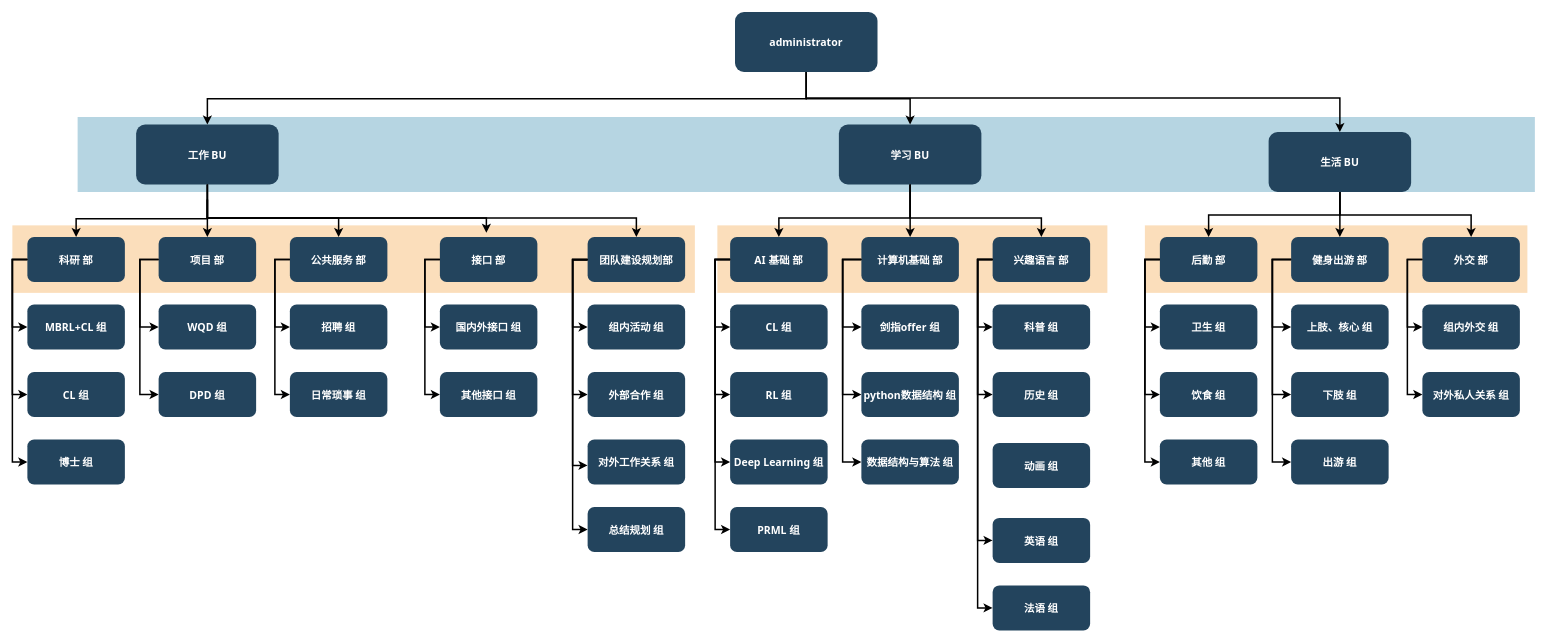
Above: department_structure.drawio in Newsteinwell/Drawio (draw.io), before the change. Source tidied: cells renumbered, new cells numbered last; positions are measured from the earlier drawing's top-left corner, leaving out a move shared by most shapes. Both pictures are drawn from the tidied source at 75%, with x=0, y=0 at pixel (12, 12).
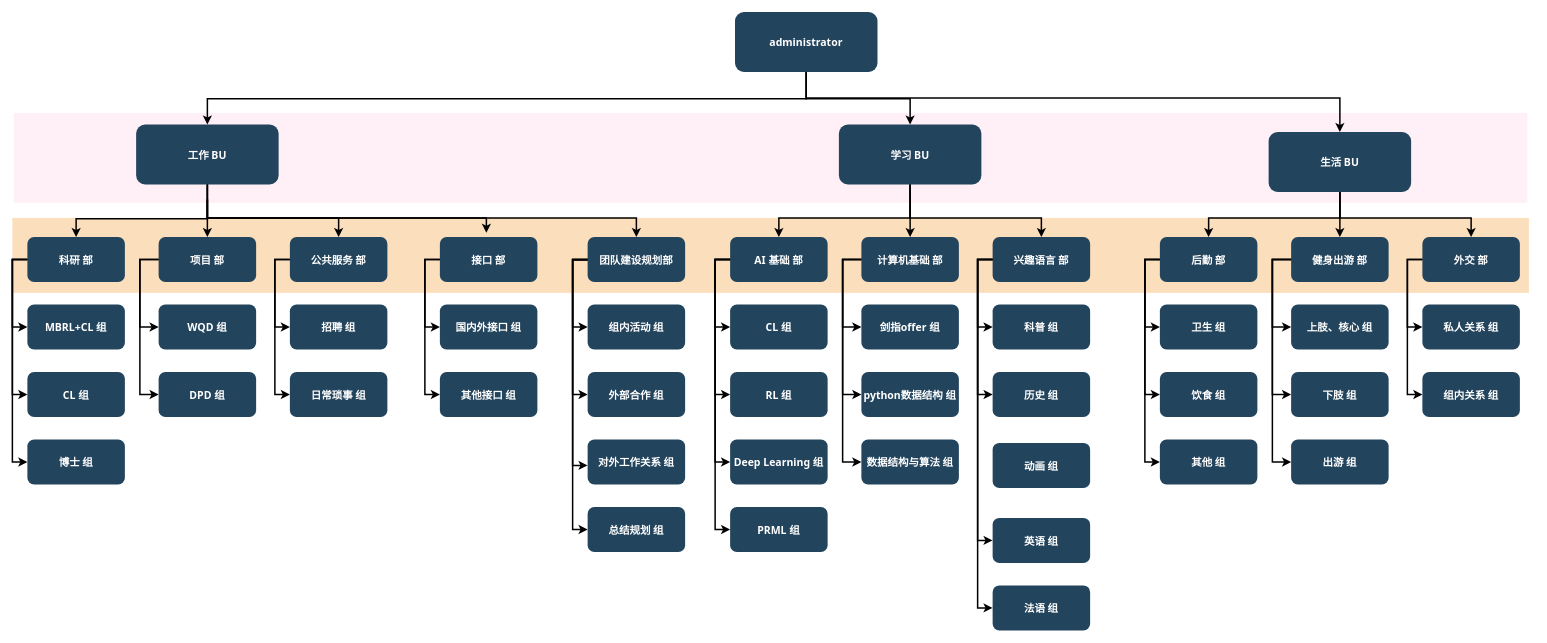
After the change.

Unchanged cells that the change refers to:
```xml
<mxCell id="7" value="生活 BU" style="rounded=1;fillColor=#23445D;gradientColor=none;strokeColor=none;fontColor=#FFFFFF;fontStyle=1;fontFamily=Tahoma;fontSize=14;" parent="1" vertex="1">
  <mxGeometry x="1675" y="159.5" width="190" height="80" as="geometry" />
</mxCell>
<mxCell id="24" value="后勤 部" style="rounded=1;fillColor=#23445D;gradientColor=none;strokeColor=none;fontColor=#FFFFFF;fontStyle=1;fontFamily=Tahoma;fontSize=14;" parent="1" vertex="1">
  <mxGeometry x="1530" y="299.5" width="130" height="60" as="geometry" />
</mxCell>
<mxCell id="31" value="外交 部" style="rounded=1;fillColor=#23445D;gradientColor=none;strokeColor=none;fontColor=#FFFFFF;fontStyle=1;fontFamily=Tahoma;fontSize=14;" parent="1" vertex="1">
  <mxGeometry x="1880" y="299.5" width="130" height="60" as="geometry" />
</mxCell>
```

Diff of the diagram source:
```diff
@@
-    <mxCell id="2" style="fillColor=#F2931E;strokeColor=none;opacity=30;" parent="1" vertex="1">
-      <mxGeometry x="1510" y="284" width="510" height="90" as="geometry" />
+    <mxCell id="2" style="fillColor=#FFCCE6;strokeColor=none;opacity=30;" parent="1" vertex="1">
+      <mxGeometry x="2" y="134" width="2018" height="120" as="geometry" />
     </mxCell>
-    <mxCell id="3" style="fillColor=#F2931E;strokeColor=none;opacity=30;" parent="1" vertex="1">
-      <mxGeometry x="940" y="284" width="520" height="90" as="geometry" />
-    </mxCell>
-    <mxCell id="4" style="fillColor=#10739E;strokeColor=none;opacity=30;" parent="1" vertex="1">
-      <mxGeometry x="87" y="139.5" width="1943" height="100" as="geometry" />
-    </mxCell>
     <mxCell id="5" style="fillColor=#F2931E;strokeColor=none;opacity=30;" parent="1" vertex="1">
-      <mxGeometry y="284" width="910" height="90" as="geometry" />
+      <mxGeometry y="274" width="2022" height="100" as="geometry" />
     </mxCell>
@@
-    <mxCell id="32" value="组内外交 组" style="rounded=1;fillColor=#23445D;gradientColor=none;strokeColor=none;fontColor=#FFFFFF;fontStyle=1;fontFamily=Tahoma;fontSize=14;" parent="1" vertex="1">
+    <mxCell id="32" value="私人关系 组" style="rounded=1;fillColor=#23445D;gradientColor=none;strokeColor=none;fontColor=#FFFFFF;fontStyle=1;fontFamily=Tahoma;fontSize=14;" parent="1" vertex="1">
       <mxGeometry x="1880" y="389.5" width="130" height="60" as="geometry" />
     </mxCell>
-    <mxCell id="33" value="对外私人关系 组" style="rounded=1;fillColor=#23445D;gradientColor=none;strokeColor=none;fontColor=#FFFFFF;fontStyle=1;fontFamily=Tahoma;fontSize=14;" parent="1" vertex="1">
+    <mxCell id="33" value="组内关系 组" style="rounded=1;fillColor=#23445D;gradientColor=none;strokeColor=none;fontColor=#FFFFFF;fontStyle=1;fontFamily=Tahoma;fontSize=14;" parent="1" vertex="1">
       <mxGeometry x="1880" y="479.5" width="130" height="60" as="geometry" />
     </mxCell>
@@
-    <mxCell id="58" style="edgeStyle=elbowEdgeStyle;elbow=vertical;strokeWidth=2;rounded=0;" parent="1" edge="1" source="7" target="24">
-      <mxGeometry x="468" y="145.5" as="geometry" />
+    <mxCell id="58" style="edgeStyle=elbowEdgeStyle;elbow=vertical;strokeWidth=2;rounded=0;exitX=0.5;exitY=1;exitDx=0;exitDy=0;" parent="1" edge="1" source="7" target="24">
+      <mxGeometry x="468" y="145.5" as="geometry">
+        <Array as="points">
+          <mxPoint x="1682" y="274" />
+        </Array>
+      </mxGeometry>
     </mxCell>
     <mxCell id="59" style="edgeStyle=elbowEdgeStyle;elbow=vertical;strokeWidth=2;rounded=0;exitX=0.5;exitY=1;exitDx=0;exitDy=0;" parent="1" edge="1" source="7" target="31">
       <mxGeometry x="468" y="145.5" as="geometry">
         <Array as="points">
-          <mxPoint x="1860" y="270" />
+          <mxPoint x="1852" y="274" />
         </Array>
       </mxGeometry>
     </mxCell>
```
